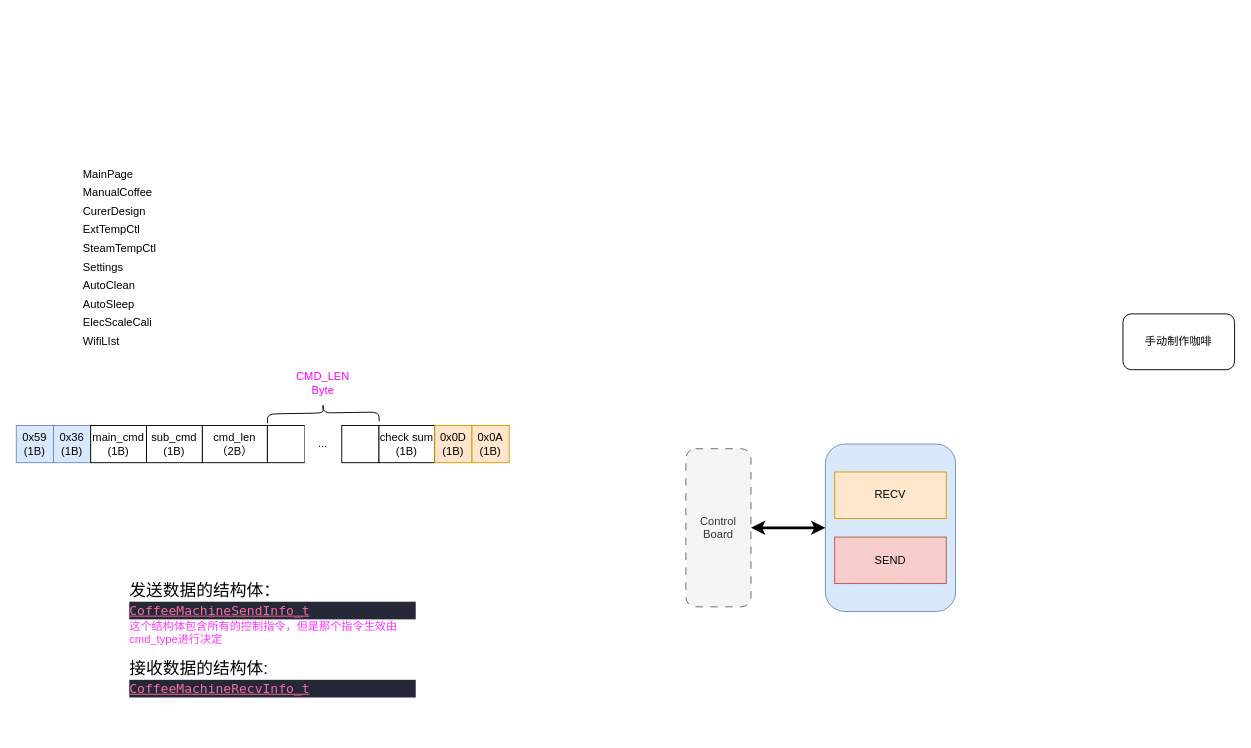
Earlier version of the draw.io diagram Amateur/CoffeeWs/通信协议.drawio (mailonghua/drawio). Source tidied: cells renumbered, new cells numbered last; positions are measured from the earlier drawing's top-left corner, leaving out a move shared by most shapes. Both pictures are drawn from the tidied source at 93%, with x=0, y=0 at pixel (16, 165).
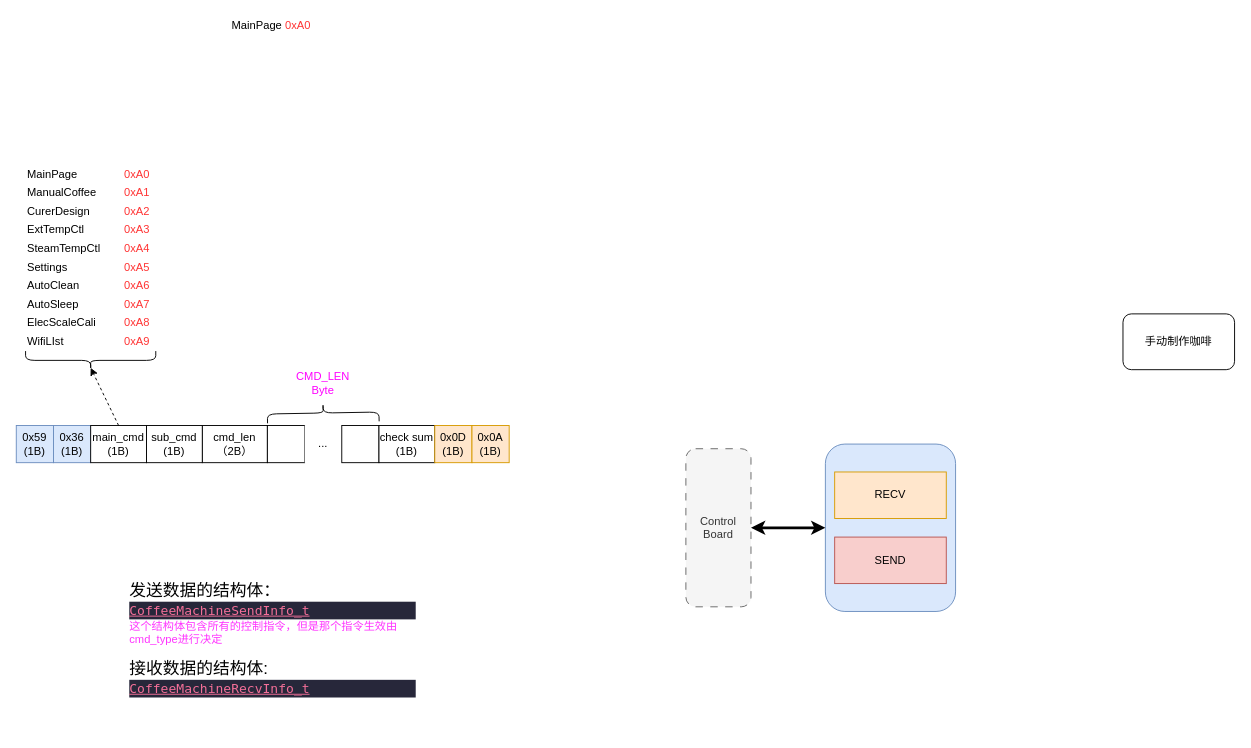
Above is the later version.

Commit message:
更新通信协议.drawio

Unchanged cells that the change refers to:
```xml
<mxCell id="21" value="main_cmd&lt;br&gt;(1B)" style="rounded=0;whiteSpace=wrap;html=1;" parent="1" vertex="1">
  <mxGeometry x="80" y="280" width="60" height="40" as="geometry" />
</mxCell>
```

Change to the diagram source:
```diff
@@
     <mxCell id="22" value="MainPage" style="text;html=1;whiteSpace=wrap;strokeColor=none;fillColor=none;align=left;verticalAlign=middle;rounded=0;" parent="1" vertex="1">
-      <mxGeometry x="70" width="60" height="20" as="geometry" />
+      <mxGeometry x="10" width="60" height="20" as="geometry" />
     </mxCell>
     <mxCell id="23" value="ManualCoffee" style="text;html=1;whiteSpace=wrap;strokeColor=none;fillColor=none;align=left;verticalAlign=middle;rounded=0;" parent="1" vertex="1">
-      <mxGeometry x="70" y="20" width="80" height="20" as="geometry" />
+      <mxGeometry x="10" y="20" width="80" height="20" as="geometry" />
     </mxCell>
     <mxCell id="24" value="CurerDesign" style="text;html=1;whiteSpace=wrap;strokeColor=none;fillColor=none;align=left;verticalAlign=middle;rounded=0;" parent="1" vertex="1">
-      <mxGeometry x="70" y="40" width="70" height="20" as="geometry" />
+      <mxGeometry x="10" y="40" width="70" height="20" as="geometry" />
     </mxCell>
     <mxCell id="25" value="ExtTempCtl" style="text;html=1;whiteSpace=wrap;strokeColor=none;fillColor=none;align=left;verticalAlign=middle;rounded=0;" parent="1" vertex="1">
-      <mxGeometry x="70" y="60" width="70" height="20" as="geometry" />
+      <mxGeometry x="10" y="60" width="70" height="20" as="geometry" />
     </mxCell>
     <mxCell id="26" value="SteamTempCtl" style="text;html=1;whiteSpace=wrap;strokeColor=none;fillColor=none;align=left;verticalAlign=middle;rounded=0;" parent="1" vertex="1">
-      <mxGeometry x="70" y="80" width="80" height="20" as="geometry" />
+      <mxGeometry x="10" y="80" width="80" height="20" as="geometry" />
     </mxCell>
     <mxCell id="27" value="Settings" style="text;html=1;whiteSpace=wrap;strokeColor=none;fillColor=none;align=left;verticalAlign=middle;rounded=0;" parent="1" vertex="1">
-      <mxGeometry x="70" y="100" width="80" height="20" as="geometry" />
+      <mxGeometry x="10" y="100" width="80" height="20" as="geometry" />
     </mxCell>
     <mxCell id="28" value="AutoClean" style="text;html=1;whiteSpace=wrap;strokeColor=none;fillColor=none;align=left;verticalAlign=middle;rounded=0;" parent="1" vertex="1">
-      <mxGeometry x="70" y="120" width="80" height="20" as="geometry" />
+      <mxGeometry x="10" y="120" width="80" height="20" as="geometry" />
     </mxCell>
     <mxCell id="29" value="AutoSleep" style="text;html=1;whiteSpace=wrap;strokeColor=none;fillColor=none;align=left;verticalAlign=middle;rounded=0;" parent="1" vertex="1">
-      <mxGeometry x="70" y="140" width="80" height="20" as="geometry" />
+      <mxGeometry x="10" y="140" width="80" height="20" as="geometry" />
     </mxCell>
     <mxCell id="30" value="WifiLIst" style="text;html=1;whiteSpace=wrap;strokeColor=none;fillColor=none;align=left;verticalAlign=middle;rounded=0;" parent="1" vertex="1">
-      <mxGeometry x="70" y="180" width="80" height="20" as="geometry" />
+      <mxGeometry x="10" y="180" width="80" height="20" as="geometry" />
     </mxCell>
     <mxCell id="31" value="ElecScaleCali" style="text;html=1;whiteSpace=wrap;strokeColor=none;fillColor=none;align=left;verticalAlign=middle;rounded=0;" parent="1" vertex="1">
-      <mxGeometry x="70" y="160" width="80" height="20" as="geometry" />
+      <mxGeometry x="10" y="160" width="80" height="20" as="geometry" />
     </mxCell>
+    <mxCell id="32" value="0xA0" style="text;html=1;whiteSpace=wrap;strokeColor=none;fillColor=none;align=center;verticalAlign=middle;rounded=0;fontColor=#FF3333;" parent="1" vertex="1">
+      <mxGeometry x="100" y="2.5" width="60" height="15" as="geometry" />
+    </mxCell>
+    <mxCell id="33" value="0xA1" style="text;html=1;whiteSpace=wrap;strokeColor=none;fillColor=none;align=center;verticalAlign=middle;rounded=0;fontColor=#FF3333;" parent="1" vertex="1">
+      <mxGeometry x="100" y="22.5" width="60" height="15" as="geometry" />
+    </mxCell>
+    <mxCell id="34" value="0xA2" style="text;html=1;whiteSpace=wrap;strokeColor=none;fillColor=none;align=center;verticalAlign=middle;rounded=0;fontColor=#FF3333;" parent="1" vertex="1">
+      <mxGeometry x="100" y="42.5" width="60" height="15" as="geometry" />
+    </mxCell>
+    <mxCell id="35" value="0xA3" style="text;html=1;whiteSpace=wrap;strokeColor=none;fillColor=none;align=center;verticalAlign=middle;rounded=0;fontColor=#FF3333;" parent="1" vertex="1">
+      <mxGeometry x="100" y="62.5" width="60" height="15" as="geometry" />
+    </mxCell>
+    <mxCell id="36" value="0xA4" style="text;html=1;whiteSpace=wrap;strokeColor=none;fillColor=none;align=center;verticalAlign=middle;rounded=0;fontColor=#FF3333;" parent="1" vertex="1">
+      <mxGeometry x="100" y="82.5" width="60" height="15" as="geometry" />
+    </mxCell>
+    <mxCell id="37" value="0xA5" style="text;html=1;whiteSpace=wrap;strokeColor=none;fillColor=none;align=center;verticalAlign=middle;rounded=0;fontColor=#FF3333;" parent="1" vertex="1">
+      <mxGeometry x="100" y="102.5" width="60" height="15" as="geometry" />
+    </mxCell>
+    <mxCell id="38" value="0xA6" style="text;html=1;whiteSpace=wrap;strokeColor=none;fillColor=none;align=center;verticalAlign=middle;rounded=0;fontColor=#FF3333;" parent="1" vertex="1">
+      <mxGeometry x="100" y="122.5" width="60" height="15" as="geometry" />
+    </mxCell>
+    <mxCell id="39" value="0xA7" style="text;html=1;whiteSpace=wrap;strokeColor=none;fillColor=none;align=center;verticalAlign=middle;rounded=0;fontColor=#FF3333;" parent="1" vertex="1">
+      <mxGeometry x="100" y="142.5" width="60" height="15" as="geometry" />
+    </mxCell>
+    <mxCell id="40" value="0xA8" style="text;html=1;whiteSpace=wrap;strokeColor=none;fillColor=none;align=center;verticalAlign=middle;rounded=0;fontColor=#FF3333;" parent="1" vertex="1">
+      <mxGeometry x="100" y="162.5" width="60" height="15" as="geometry" />
+    </mxCell>
+    <mxCell id="41" value="0xA9" style="text;html=1;whiteSpace=wrap;strokeColor=none;fillColor=none;align=center;verticalAlign=middle;rounded=0;fontColor=#FF3333;" parent="1" vertex="1">
+      <mxGeometry x="100" y="182.5" width="60" height="15" as="geometry" />
+    </mxCell>
+    <mxCell id="42" style="shape=curlyBracket;whiteSpace=wrap;html=1;rounded=1;labelPosition=left;verticalLabelPosition=middle;align=right;verticalAlign=middle;rotation=-90;" parent="1" vertex="1">
+      <mxGeometry x="70" y="140" width="20" height="140" as="geometry" />
+    </mxCell>
+    <mxCell id="43" style="rounded=0;jettySize=auto;html=1;exitX=0.5;exitY=0;exitDx=0;exitDy=0;entryX=0.1;entryY=0.5;entryDx=0;entryDy=0;entryPerimeter=0;dashed=1;" parent="1" edge="1" source="21" target="42">
+      <mxGeometry relative="1" as="geometry" />
+    </mxCell>
+    <mxCell id="44" value="MainPage&amp;nbsp;&lt;span style=&quot;color: rgb(255, 51, 51); text-align: center;&quot;&gt;0xA0&lt;/span&gt;" style="text;html=1;whiteSpace=wrap;strokeColor=none;fillColor=none;align=left;verticalAlign=middle;rounded=0;" parent="1" vertex="1">
+      <mxGeometry x="230" y="-160" width="100" height="20" as="geometry" />
+    </mxCell>
```
